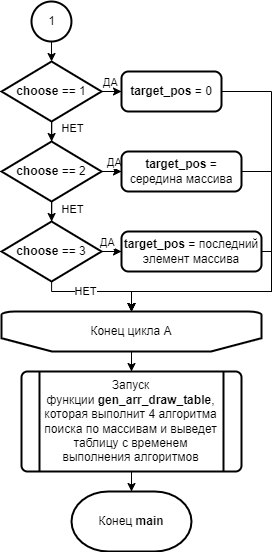
This is diagrams/pictures/main_second_part.drawio.png from AKTOETO/LW2-2022, a draw.io export, as it was before one commit. Source tidied: cells renumbered, new cells last; positions are measured from the earlier drawing's top-left corner, leaving out a move shared by most shapes. The source it was exported from:
```xml
<mxGraphModel>
  <root>
    <mxCell id="0" />
    <mxCell id="1" parent="0" />
    <mxCell id="2" style="edgeStyle=orthogonalEdgeStyle;rounded=0;jettySize=auto;html=1;fontColor=default;" parent="1" edge="1" source="3" target="26">
      <mxGeometry relative="1" as="geometry" />
    </mxCell>
    <mxCell id="3" value="Конец цикла А" style="strokeWidth=2;html=1;shape=mxgraph.flowchart.loop_limit;whiteSpace=wrap;direction=west;" parent="1" vertex="1">
      <mxGeometry y="310" width="260" height="40" as="geometry" />
    </mxCell>
    <mxCell id="4" style="edgeStyle=orthogonalEdgeStyle;rounded=0;jettySize=auto;html=1;" parent="1" edge="1" source="8" target="10">
      <mxGeometry relative="1" as="geometry" />
    </mxCell>
    <mxCell id="5" value="ДА" style="edgeLabel;html=1;align=center;verticalAlign=middle;labelBackgroundColor=none;fontColor=default;" parent="4" vertex="1">
      <mxGeometry x="-0.17" relative="1" as="geometry">
        <mxPoint x="-7" y="-10" as="offset" />
      </mxGeometry>
    </mxCell>
    <mxCell id="6" style="edgeStyle=orthogonalEdgeStyle;rounded=0;jettySize=auto;html=1;" parent="1" edge="1" source="8" target="15">
      <mxGeometry relative="1" as="geometry" />
    </mxCell>
    <mxCell id="7" value="НЕТ" style="edgeLabel;html=1;align=center;verticalAlign=middle;fontColor=default;" parent="6" vertex="1">
      <mxGeometry x="0.55" relative="1" as="geometry">
        <mxPoint x="20" as="offset" />
      </mxGeometry>
    </mxCell>
    <mxCell id="8" value="&lt;b&gt;choose&lt;/b&gt; == 1" style="strokeWidth=2;html=1;shape=mxgraph.flowchart.decision;whiteSpace=wrap;" parent="1" vertex="1">
      <mxGeometry x="0.1" y="60" width="100" height="60" as="geometry" />
    </mxCell>
    <mxCell id="9" style="edgeStyle=orthogonalEdgeStyle;rounded=0;jettySize=auto;html=1;exitX=1;exitY=0.5;exitDx=0;exitDy=0;entryX=0.5;entryY=1;entryDx=0;entryDy=0;entryPerimeter=0;fontColor=default;" parent="1" edge="1" source="10" target="3">
      <mxGeometry relative="1" as="geometry">
        <Array as="points">
          <mxPoint x="270" y="90" />
          <mxPoint x="270" y="290" />
          <mxPoint x="130" y="290" />
        </Array>
      </mxGeometry>
    </mxCell>
    <mxCell id="10" value="&lt;b&gt;target_pos&lt;/b&gt; = 0" style="rounded=1;whiteSpace=wrap;html=1;absoluteArcSize=1;arcSize=14;strokeWidth=2;" parent="1" vertex="1">
      <mxGeometry x="120" y="70" width="100" height="40" as="geometry" />
    </mxCell>
    <mxCell id="11" style="edgeStyle=orthogonalEdgeStyle;rounded=0;jettySize=auto;html=1;" parent="1" edge="1" source="15" target="17">
      <mxGeometry relative="1" as="geometry" />
    </mxCell>
    <mxCell id="12" value="ДА" style="edgeLabel;html=1;align=center;verticalAlign=middle;fontColor=default;" parent="11" vertex="1">
      <mxGeometry x="-0.23" relative="1" as="geometry">
        <mxPoint x="-5" y="-10" as="offset" />
      </mxGeometry>
    </mxCell>
    <mxCell id="13" style="edgeStyle=orthogonalEdgeStyle;rounded=0;jettySize=auto;html=1;" parent="1" edge="1" source="15" target="22">
      <mxGeometry relative="1" as="geometry" />
    </mxCell>
    <mxCell id="14" value="НЕТ" style="edgeLabel;html=1;align=center;verticalAlign=middle;fontColor=default;" parent="13" vertex="1">
      <mxGeometry x="-0.76" relative="1" as="geometry">
        <mxPoint x="20" as="offset" />
      </mxGeometry>
    </mxCell>
    <mxCell id="15" value="&lt;b&gt;choose&lt;/b&gt; == 2" style="strokeWidth=2;html=1;shape=mxgraph.flowchart.decision;whiteSpace=wrap;" parent="1" vertex="1">
      <mxGeometry x="0.1" y="140" width="100" height="60" as="geometry" />
    </mxCell>
    <mxCell id="16" style="edgeStyle=orthogonalEdgeStyle;rounded=0;jettySize=auto;html=1;exitX=1;exitY=0.5;exitDx=0;exitDy=0;fontColor=default;entryX=0.5;entryY=1;entryDx=0;entryDy=0;entryPerimeter=0;" parent="1" edge="1" source="17" target="3">
      <mxGeometry relative="1" as="geometry">
        <Array as="points">
          <mxPoint x="270" y="170" />
          <mxPoint x="270" y="290" />
          <mxPoint x="130" y="290" />
        </Array>
      </mxGeometry>
    </mxCell>
    <mxCell id="17" value="&lt;b&gt;target_pos &lt;/b&gt;= середина массива" style="rounded=1;whiteSpace=wrap;html=1;absoluteArcSize=1;arcSize=14;strokeWidth=2;" parent="1" vertex="1">
      <mxGeometry x="120" y="150" width="120" height="40" as="geometry" />
    </mxCell>
    <mxCell id="18" style="edgeStyle=orthogonalEdgeStyle;rounded=0;jettySize=auto;html=1;" parent="1" edge="1" source="22" target="24">
      <mxGeometry relative="1" as="geometry" />
    </mxCell>
    <mxCell id="19" value="ДА" style="edgeLabel;html=1;align=center;verticalAlign=middle;fontColor=default;" parent="18" vertex="1">
      <mxGeometry x="0.11" relative="1" as="geometry">
        <mxPoint x="-2" y="-10" as="offset" />
      </mxGeometry>
    </mxCell>
    <mxCell id="20" style="edgeStyle=orthogonalEdgeStyle;rounded=0;jettySize=auto;html=1;entryX=0.5;entryY=1;entryDx=0;entryDy=0;entryPerimeter=0;" parent="1" edge="1" source="22" target="3">
      <mxGeometry relative="1" as="geometry">
        <Array as="points">
          <mxPoint x="50" y="290" />
          <mxPoint x="130" y="290" />
        </Array>
      </mxGeometry>
    </mxCell>
    <mxCell id="21" value="НЕТ" style="edgeLabel;html=1;align=center;verticalAlign=middle;fontColor=default;" parent="20" vertex="1">
      <mxGeometry x="-0.6" y="-1" relative="1" as="geometry">
        <mxPoint x="21" y="-2" as="offset" />
      </mxGeometry>
    </mxCell>
    <mxCell id="22" value="&lt;b&gt;choose&lt;/b&gt; == 3" style="strokeWidth=2;html=1;shape=mxgraph.flowchart.decision;whiteSpace=wrap;" parent="1" vertex="1">
      <mxGeometry x="0.1" y="220" width="100" height="60" as="geometry" />
    </mxCell>
    <mxCell id="23" style="edgeStyle=orthogonalEdgeStyle;rounded=0;jettySize=auto;html=1;exitX=1;exitY=0.5;exitDx=0;exitDy=0;entryX=0.5;entryY=1;entryDx=0;entryDy=0;entryPerimeter=0;fontColor=default;" parent="1" edge="1" source="24" target="3">
      <mxGeometry relative="1" as="geometry">
        <Array as="points">
          <mxPoint x="270" y="250" />
          <mxPoint x="270" y="290" />
          <mxPoint x="130" y="290" />
        </Array>
      </mxGeometry>
    </mxCell>
    <mxCell id="24" value="&lt;b&gt;target_pos&lt;/b&gt; = последний элемент массива" style="rounded=1;whiteSpace=wrap;html=1;absoluteArcSize=1;arcSize=14;strokeWidth=2;" parent="1" vertex="1">
      <mxGeometry x="120" y="230" width="140" height="40" as="geometry" />
    </mxCell>
    <mxCell id="25" style="edgeStyle=orthogonalEdgeStyle;rounded=0;jettySize=auto;html=1;fontColor=default;" parent="1" edge="1" source="26" target="27">
      <mxGeometry relative="1" as="geometry" />
    </mxCell>
    <mxCell id="26" value="Запуск функции&amp;nbsp;&lt;b&gt;gen_arr_draw_table&lt;/b&gt;, которая выполнит 4 алгоритма поиска по массивам и выведет таблицу с временем выполнения алгоритмов" style="verticalLabelPosition=middle;verticalAlign=middle;html=1;shape=process;whiteSpace=wrap;rounded=1;size=0.08333333333333333;arcSize=6;strokeWidth=2;labelPosition=center;align=center;labelBackgroundColor=none;fontColor=default;" parent="1" vertex="1">
      <mxGeometry x="20" y="370" width="220" height="100" as="geometry" />
    </mxCell>
    <mxCell id="27" value="Конец &lt;b&gt;main&lt;/b&gt;" style="strokeWidth=2;html=1;shape=mxgraph.flowchart.terminator;whiteSpace=wrap;labelBackgroundColor=none;fontColor=default;" parent="1" vertex="1">
      <mxGeometry x="70" y="490" width="120" height="60" as="geometry" />
    </mxCell>
    <mxCell id="28" style="edgeStyle=orthogonalEdgeStyle;rounded=0;jettySize=auto;html=1;exitX=0.5;exitY=1;exitDx=0;exitDy=0;exitPerimeter=0;entryX=0.5;entryY=0;entryDx=0;entryDy=0;entryPerimeter=0;fontColor=default;" parent="1" edge="1" source="29" target="8">
      <mxGeometry relative="1" as="geometry" />
    </mxCell>
    <mxCell id="29" value="1" style="verticalLabelPosition=middle;verticalAlign=middle;html=1;shape=mxgraph.flowchart.on-page_reference;strokeWidth=2;labelPosition=center;align=center;labelBackgroundColor=none;fontColor=default;" parent="1" vertex="1">
      <mxGeometry x="30" width="39.9" height="40" as="geometry" />
    </mxCell>
  </root>
</mxGraphModel>
```
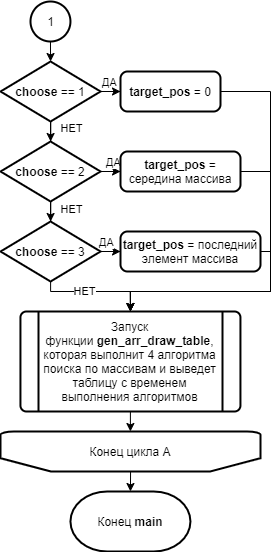
The same diagram one commit later.

Change to the diagram source:
```diff
@@ -2,11 +2,11 @@
   <root>
     <mxCell id="0" />
     <mxCell id="1" parent="0" />
-    <mxCell id="2" style="edgeStyle=orthogonalEdgeStyle;rounded=0;jettySize=auto;html=1;fontColor=default;" parent="1" edge="1" source="3" target="26">
+    <mxCell id="2" style="edgeStyle=orthogonalEdgeStyle;rounded=0;jettySize=auto;html=1;exitX=0.5;exitY=0;exitDx=0;exitDy=0;exitPerimeter=0;entryX=0.5;entryY=0;entryDx=0;entryDy=0;entryPerimeter=0;" parent="1" edge="1" source="3" target="27">
       <mxGeometry relative="1" as="geometry" />
     </mxCell>
     <mxCell id="3" value="Конец цикла А" style="strokeWidth=2;html=1;shape=mxgraph.flowchart.loop_limit;whiteSpace=wrap;direction=west;" parent="1" vertex="1">
-      <mxGeometry y="310" width="260" height="40" as="geometry" />
+      <mxGeometry x="0.1" y="430" width="260" height="40" as="geometry" />
     </mxCell>
     <mxCell id="4" style="edgeStyle=orthogonalEdgeStyle;rounded=0;jettySize=auto;html=1;" parent="1" edge="1" source="8" target="10">
       <mxGeometry relative="1" as="geometry" />
@@ -27,7 +27,7 @@
     <mxCell id="8" value="&lt;b&gt;choose&lt;/b&gt; == 1" style="strokeWidth=2;html=1;shape=mxgraph.flowchart.decision;whiteSpace=wrap;" parent="1" vertex="1">
       <mxGeometry x="0.1" y="60" width="100" height="60" as="geometry" />
     </mxCell>
-    <mxCell id="9" style="edgeStyle=orthogonalEdgeStyle;rounded=0;jettySize=auto;html=1;exitX=1;exitY=0.5;exitDx=0;exitDy=0;entryX=0.5;entryY=1;entryDx=0;entryDy=0;entryPerimeter=0;fontColor=default;" parent="1" edge="1" source="10" target="3">
+    <mxCell id="9" style="edgeStyle=orthogonalEdgeStyle;rounded=0;jettySize=auto;html=1;exitX=1;exitY=0.5;exitDx=0;exitDy=0;entryX=0.5;entryY=0;entryDx=0;entryDy=0;fontColor=default;" parent="1" edge="1" source="10" target="26">
       <mxGeometry relative="1" as="geometry">
         <Array as="points">
           <mxPoint x="270" y="90" />
@@ -58,7 +58,7 @@
     <mxCell id="15" value="&lt;b&gt;choose&lt;/b&gt; == 2" style="strokeWidth=2;html=1;shape=mxgraph.flowchart.decision;whiteSpace=wrap;" parent="1" vertex="1">
       <mxGeometry x="0.1" y="140" width="100" height="60" as="geometry" />
     </mxCell>
-    <mxCell id="16" style="edgeStyle=orthogonalEdgeStyle;rounded=0;jettySize=auto;html=1;exitX=1;exitY=0.5;exitDx=0;exitDy=0;fontColor=default;entryX=0.5;entryY=1;entryDx=0;entryDy=0;entryPerimeter=0;" parent="1" edge="1" source="17" target="3">
+    <mxCell id="16" style="edgeStyle=orthogonalEdgeStyle;rounded=0;jettySize=auto;html=1;exitX=1;exitY=0.5;exitDx=0;exitDy=0;fontColor=default;entryX=0.5;entryY=0;entryDx=0;entryDy=0;" parent="1" edge="1" source="17" target="26">
       <mxGeometry relative="1" as="geometry">
         <Array as="points">
           <mxPoint x="270" y="170" />
@@ -78,7 +78,7 @@
         <mxPoint x="-2" y="-10" as="offset" />
       </mxGeometry>
     </mxCell>
-    <mxCell id="20" style="edgeStyle=orthogonalEdgeStyle;rounded=0;jettySize=auto;html=1;entryX=0.5;entryY=1;entryDx=0;entryDy=0;entryPerimeter=0;" parent="1" edge="1" source="22" target="3">
+    <mxCell id="20" style="edgeStyle=orthogonalEdgeStyle;rounded=0;jettySize=auto;html=1;entryX=0.5;entryY=0;entryDx=0;entryDy=0;" parent="1" edge="1" source="22" target="26">
       <mxGeometry relative="1" as="geometry">
         <Array as="points">
           <mxPoint x="50" y="290" />
@@ -94,7 +94,7 @@
     <mxCell id="22" value="&lt;b&gt;choose&lt;/b&gt; == 3" style="strokeWidth=2;html=1;shape=mxgraph.flowchart.decision;whiteSpace=wrap;" parent="1" vertex="1">
       <mxGeometry x="0.1" y="220" width="100" height="60" as="geometry" />
     </mxCell>
-    <mxCell id="23" style="edgeStyle=orthogonalEdgeStyle;rounded=0;jettySize=auto;html=1;exitX=1;exitY=0.5;exitDx=0;exitDy=0;entryX=0.5;entryY=1;entryDx=0;entryDy=0;entryPerimeter=0;fontColor=default;" parent="1" edge="1" source="24" target="3">
+    <mxCell id="23" style="edgeStyle=orthogonalEdgeStyle;rounded=0;jettySize=auto;html=1;exitX=1;exitY=0.5;exitDx=0;exitDy=0;entryX=0.5;entryY=0;entryDx=0;entryDy=0;fontColor=default;" parent="1" edge="1" source="24" target="26">
       <mxGeometry relative="1" as="geometry">
         <Array as="points">
           <mxPoint x="270" y="250" />
@@ -106,14 +106,14 @@
     <mxCell id="24" value="&lt;b&gt;target_pos&lt;/b&gt; = последний элемент массива" style="rounded=1;whiteSpace=wrap;html=1;absoluteArcSize=1;arcSize=14;strokeWidth=2;" parent="1" vertex="1">
       <mxGeometry x="120" y="230" width="140" height="40" as="geometry" />
     </mxCell>
-    <mxCell id="25" style="edgeStyle=orthogonalEdgeStyle;rounded=0;jettySize=auto;html=1;fontColor=default;" parent="1" edge="1" source="26" target="27">
+    <mxCell id="25" style="edgeStyle=orthogonalEdgeStyle;rounded=0;jettySize=auto;html=1;fontColor=default;entryX=0.5;entryY=1;entryDx=0;entryDy=0;entryPerimeter=0;" parent="1" edge="1" source="26" target="3">
       <mxGeometry relative="1" as="geometry" />
     </mxCell>
     <mxCell id="26" value="Запуск функции&amp;nbsp;&lt;b&gt;gen_arr_draw_table&lt;/b&gt;, которая выполнит 4 алгоритма поиска по массивам и выведет таблицу с временем выполнения алгоритмов" style="verticalLabelPosition=middle;verticalAlign=middle;html=1;shape=process;whiteSpace=wrap;rounded=1;size=0.08333333333333333;arcSize=6;strokeWidth=2;labelPosition=center;align=center;labelBackgroundColor=none;fontColor=default;" parent="1" vertex="1">
-      <mxGeometry x="20" y="370" width="220" height="100" as="geometry" />
+      <mxGeometry x="19.9" y="310" width="220" height="100" as="geometry" />
     </mxCell>
     <mxCell id="27" value="Конец &lt;b&gt;main&lt;/b&gt;" style="strokeWidth=2;html=1;shape=mxgraph.flowchart.terminator;whiteSpace=wrap;labelBackgroundColor=none;fontColor=default;" parent="1" vertex="1">
-      <mxGeometry x="70" y="490" width="120" height="60" as="geometry" />
+      <mxGeometry x="69.9" y="490" width="120" height="60" as="geometry" />
     </mxCell>
     <mxCell id="28" style="edgeStyle=orthogonalEdgeStyle;rounded=0;jettySize=auto;html=1;exitX=0.5;exitY=1;exitDx=0;exitDy=0;exitPerimeter=0;entryX=0.5;entryY=0;entryDx=0;entryDy=0;entryPerimeter=0;fontColor=default;" parent="1" edge="1" source="29" target="8">
       <mxGeometry relative="1" as="geometry" />
```
